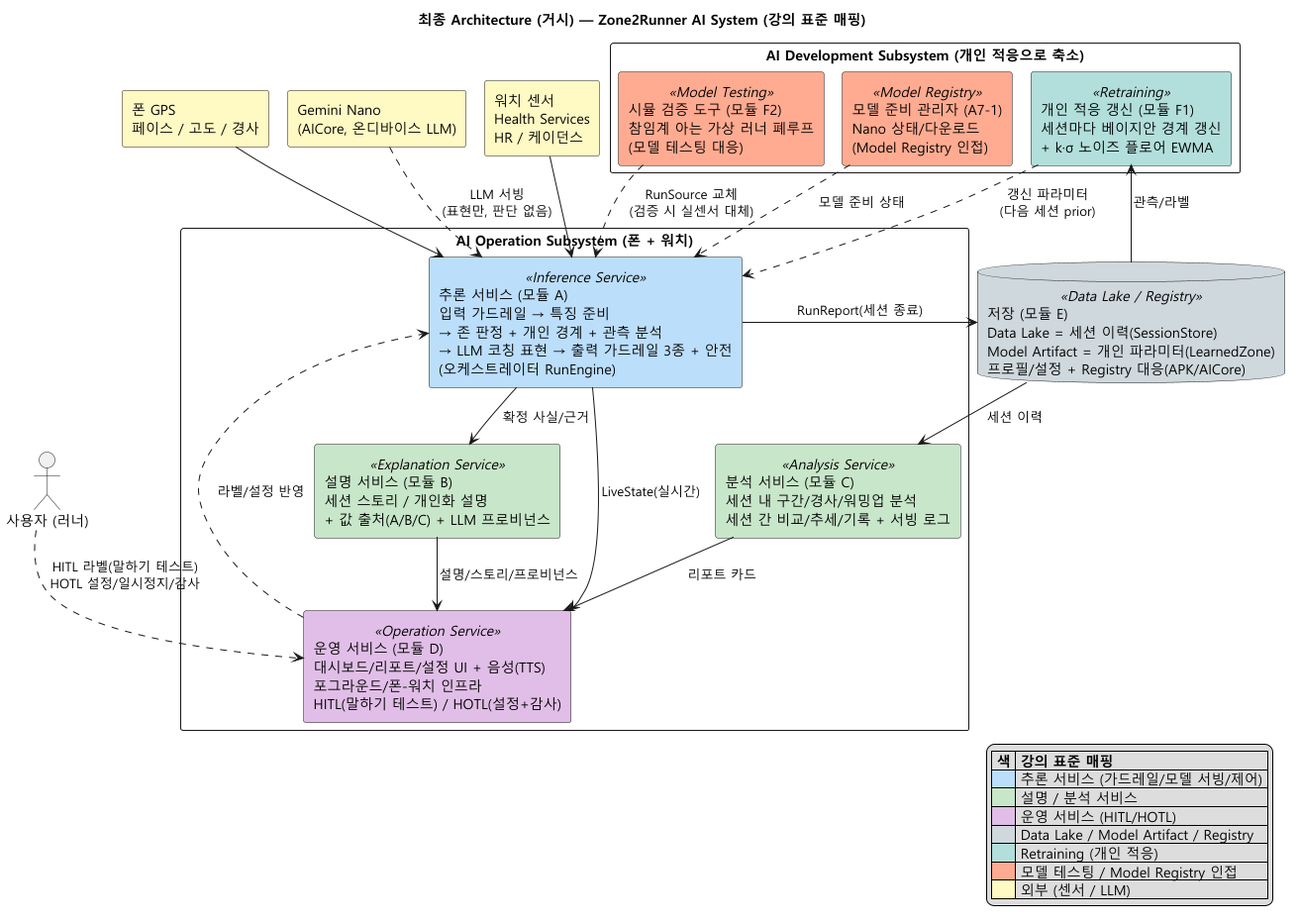
Earlier version of the PlantUML export docs/img/06-final-architecture.png (tenyearslove/zone2runner). Its diagram source:
```plantuml
@startuml
!pragma layout smetana
title 최종 Architecture (거시) — Zone2Runner AI System (강의 표준 매핑)
skinparam defaultFontName "Malgun Gothic"
skinparam componentStyle rectangle
skinparam shadowing false
skinparam packageStyle rectangle
skinparam linetype ortho

actor "사용자 (러너)" as User
component "워치 센서\nHealth Services\nHR / 케이던스" as Watch #FFF9C4
component "폰 GPS\n페이스 / 고도 / 경사" as GPS #FFF9C4
component "Gemini Nano\n(AICore, 온디바이스 LLM)" as Nano #FFF9C4

package "AI Operation Subsystem (폰 + 워치)" {
  component "추론 서비스 (모듈 A)\n입력 가드레일 → 특징 준비\n→ 존 판정 + 개인 경계 + 관측 분석\n→ LLM 코칭 표현 → 출력 가드레일 3종 + 안전\n(오케스트레이터 RunEngine)" <<Inference Service>> as INF #BBDEFB
  component "설명 서비스 (모듈 B)\n세션 스토리 / 개인화 설명\n+ 값 출처(A/B/C) + LLM 프로비넌스" <<Explanation Service>> as EXP #C8E6C9
  component "분석 서비스 (모듈 C)\n세션 내 구간/경사/워밍업 분석\n세션 간 비교/추세/기록 + 서빙 로그" <<Analysis Service>> as ANA #C8E6C9
  component "운영 서비스 (모듈 D)\n대시보드/리포트/설정 UI + 음성(TTS)\n포그라운드/폰-워치 인프라\nHITL(말하기 테스트) / HOTL(설정+감사)" <<Operation Service>> as OPS #E1BEE7
}

database "저장 (모듈 E)\nData Lake = 세션 이력(SessionStore)\nModel Artifact = 개인 파라미터(LearnedZone)\n프로필/설정 + Registry 대응(APK/AICore)" <<Data Lake / Registry>> as STORE #CFD8DC

package "AI Development Subsystem (개인 적응으로 축소)" {
  component "개인 적응 갱신 (모듈 F1)\n세션마다 베이지안 경계 갱신\n+ k·σ 노이즈 플로어 EWMA" <<Retraining>> as ADAPT #B2DFDB
  component "시뮬 검증 도구 (모듈 F2)\n참임계 아는 가상 러너 폐루프\n(모델 테스팅 대응)" <<Model Testing>> as SIM #FFAB91
  component "모델 준비 관리자 (A7-1)\nNano 상태/다운로드\n(Model Registry 인접)" <<Model Registry>> as REG #FFAB91
}

Watch --> INF
GPS --> INF
Nano ..> INF : LLM 서빙\n(표현만, 판단 없음)
INF --> OPS : LiveState(실시간)
INF --> STORE : RunReport(세션 종료)
INF --> EXP : 확정 사실/근거
STORE --> ANA : 세션 이력
ANA --> OPS : 리포트 카드
EXP --> OPS : 설명/스토리/프로비넌스
User ..> OPS : HITL 라벨(말하기 테스트)\nHOTL 설정/일시정지/감사
OPS ..> INF : 라벨/설정 반영
STORE --> ADAPT : 관측/라벨
ADAPT ..> INF : 갱신 파라미터\n(다음 세션 prior)
SIM ..> INF : RunSource 교체\n(검증 시 실센서 대체)
REG ..> INF : 모델 준비 상태

legend right
|= 색 |= 강의 표준 매핑 |
|<#BBDEFB>| 추론 서비스 (가드레일/모델 서빙/제어) |
|<#C8E6C9>| 설명 / 분석 서비스 |
|<#E1BEE7>| 운영 서비스 (HITL/HOTL) |
|<#CFD8DC>| Data Lake / Model Artifact / Registry |
|<#B2DFDB>| Retraining (개인 적응) |
|<#FFAB91>| 모델 테스팅 / Model Registry 인접 |
|<#FFF9C4>| 외부 (센서 / LLM) |
endlegend
@enduml
```
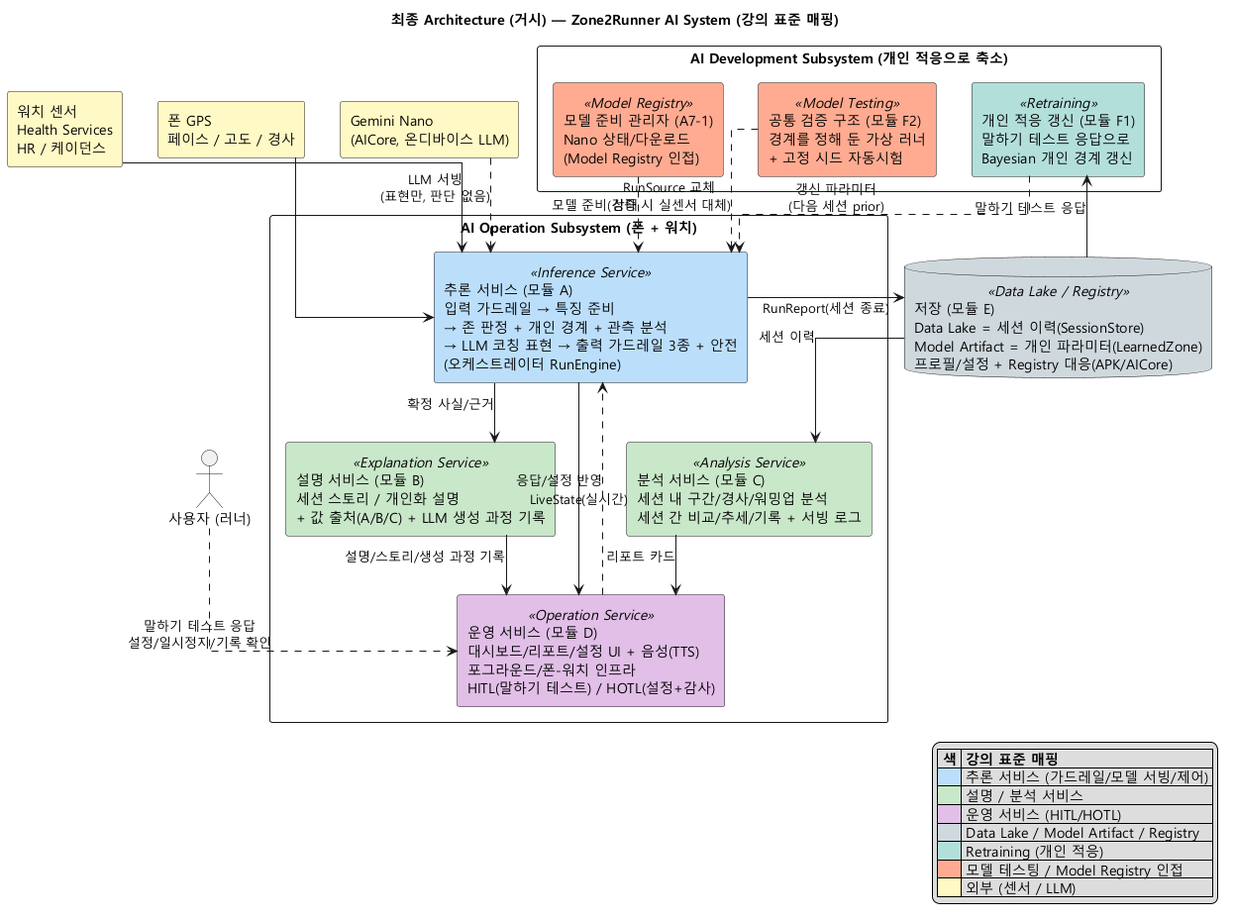
After the change.

What changed in the source:
```diff
@@ -1,5 +1,4 @@
 @startuml
-!pragma layout smetana
 title 최종 Architecture (거시) — Zone2Runner AI System (강의 표준 매핑)
 skinparam defaultFontName "Malgun Gothic"
 skinparam componentStyle rectangle
@@ -14,7 +13,7 @@
 
 package "AI Operation Subsystem (폰 + 워치)" {
   component "추론 서비스 (모듈 A)\n입력 가드레일 → 특징 준비\n→ 존 판정 + 개인 경계 + 관측 분석\n→ LLM 코칭 표현 → 출력 가드레일 3종 + 안전\n(오케스트레이터 RunEngine)" <<Inference Service>> as INF #BBDEFB
-  component "설명 서비스 (모듈 B)\n세션 스토리 / 개인화 설명\n+ 값 출처(A/B/C) + LLM 프로비넌스" <<Explanation Service>> as EXP #C8E6C9
+  component "설명 서비스 (모듈 B)\n세션 스토리 / 개인화 설명\n+ 값 출처(A/B/C) + LLM 생성 과정 기록" <<Explanation Service>> as EXP #C8E6C9
   component "분석 서비스 (모듈 C)\n세션 내 구간/경사/워밍업 분석\n세션 간 비교/추세/기록 + 서빙 로그" <<Analysis Service>> as ANA #C8E6C9
   component "운영 서비스 (모듈 D)\n대시보드/리포트/설정 UI + 음성(TTS)\n포그라운드/폰-워치 인프라\nHITL(말하기 테스트) / HOTL(설정+감사)" <<Operation Service>> as OPS #E1BEE7
 }
@@ -22,8 +21,8 @@
 database "저장 (모듈 E)\nData Lake = 세션 이력(SessionStore)\nModel Artifact = 개인 파라미터(LearnedZone)\n프로필/설정 + Registry 대응(APK/AICore)" <<Data Lake / Registry>> as STORE #CFD8DC
 
 package "AI Development Subsystem (개인 적응으로 축소)" {
-  component "개인 적응 갱신 (모듈 F1)\n세션마다 베이지안 경계 갱신\n+ k·σ 노이즈 플로어 EWMA" <<Retraining>> as ADAPT #B2DFDB
-  component "시뮬 검증 도구 (모듈 F2)\n참임계 아는 가상 러너 폐루프\n(모델 테스팅 대응)" <<Model Testing>> as SIM #FFAB91
+  component "개인 적응 갱신 (모듈 F1)\n말하기 테스트 응답으로\nBayesian 개인 경계 갱신" <<Retraining>> as ADAPT #B2DFDB
+  component "공통 검증 구조 (모듈 F2)\n경계를 정해 둔 가상 러너\n+ 고정 시드 자동시험" <<Model Testing>> as SIM #FFAB91
   component "모델 준비 관리자 (A7-1)\nNano 상태/다운로드\n(Model Registry 인접)" <<Model Registry>> as REG #FFAB91
 }
 
@@ -35,10 +34,10 @@
 INF --> EXP : 확정 사실/근거
 STORE --> ANA : 세션 이력
 ANA --> OPS : 리포트 카드
-EXP --> OPS : 설명/스토리/프로비넌스
-User ..> OPS : HITL 라벨(말하기 테스트)\nHOTL 설정/일시정지/감사
-OPS ..> INF : 라벨/설정 반영
-STORE --> ADAPT : 관측/라벨
+EXP --> OPS : 설명/스토리/생성 과정 기록
+User ..> OPS : 말하기 테스트 응답\n설정/일시정지/기록 확인
+OPS ..> INF : 응답/설정 반영
+STORE --> ADAPT : 말하기 테스트 응답
 ADAPT ..> INF : 갱신 파라미터\n(다음 세션 prior)
 SIM ..> INF : RunSource 교체\n(검증 시 실센서 대체)
 REG ..> INF : 모델 준비 상태
```
